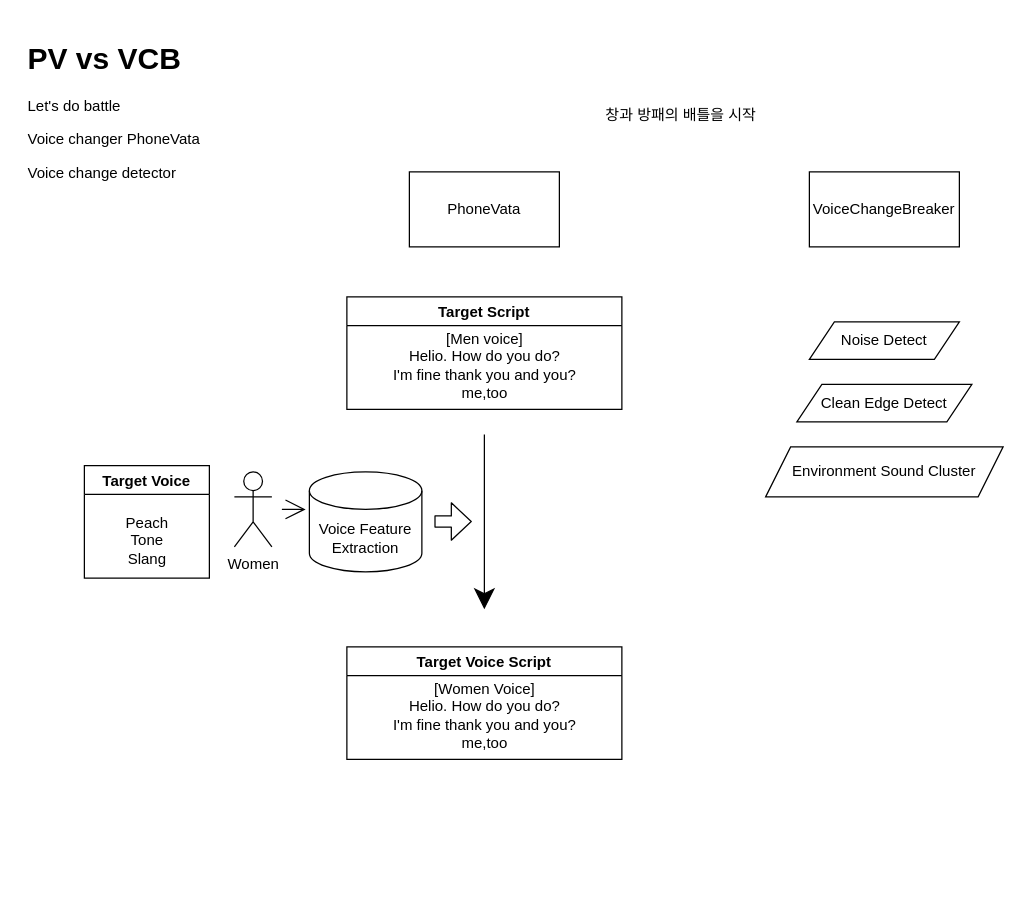
The draw.io diagram Untitled Diagram.drawio in goldpu/Flowchart-collection, before the edit. Source tidied: cells renumbered, new cells numbered last; positions are measured from the earlier drawing's top-left corner, leaving out a move shared by most shapes. Both pictures are drawn from the tidied source at 125%, with x=0, y=0 at pixel (21, 34).
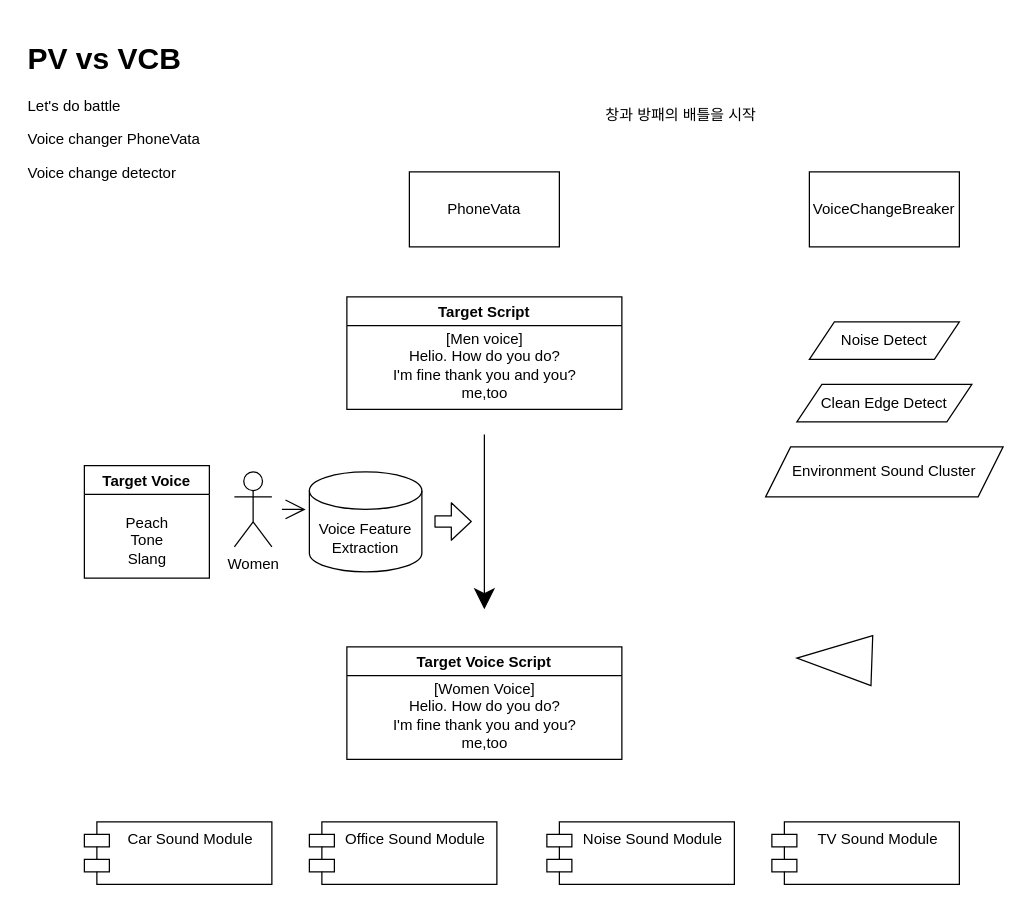
After the change.

Commit message:
sound module update

The edit, as a diff of the source:
```diff
@@
+    <mxCell id="20" style="triangle;whiteSpace=wrap;html=1;rotation=-178;" parent="1" vertex="1">
+      <mxGeometry x="620" y="480" width="60" height="40" as="geometry" />
+    </mxCell>
+    <mxCell id="21" value="Car Sound Module" style="shape=module;align=left;spacingLeft=20;align=center;verticalAlign=top;" parent="1" vertex="1">
+      <mxGeometry x="50" y="630" width="150" height="50" as="geometry" />
+    </mxCell>
+    <mxCell id="22" value="Office Sound Module" style="shape=module;align=left;spacingLeft=20;align=center;verticalAlign=top;" parent="1" vertex="1">
+      <mxGeometry x="230" y="630" width="150" height="50" as="geometry" />
+    </mxCell>
+    <mxCell id="23" value="Noise Sound Module" style="shape=module;align=left;spacingLeft=20;align=center;verticalAlign=top;" parent="1" vertex="1">
+      <mxGeometry x="420" y="630" width="150" height="50" as="geometry" />
+    </mxCell>
+    <mxCell id="24" value="TV Sound Module" style="shape=module;align=left;spacingLeft=20;align=center;verticalAlign=top;" parent="1" vertex="1">
+      <mxGeometry x="600" y="630" width="150" height="50" as="geometry" />
+    </mxCell>
```
